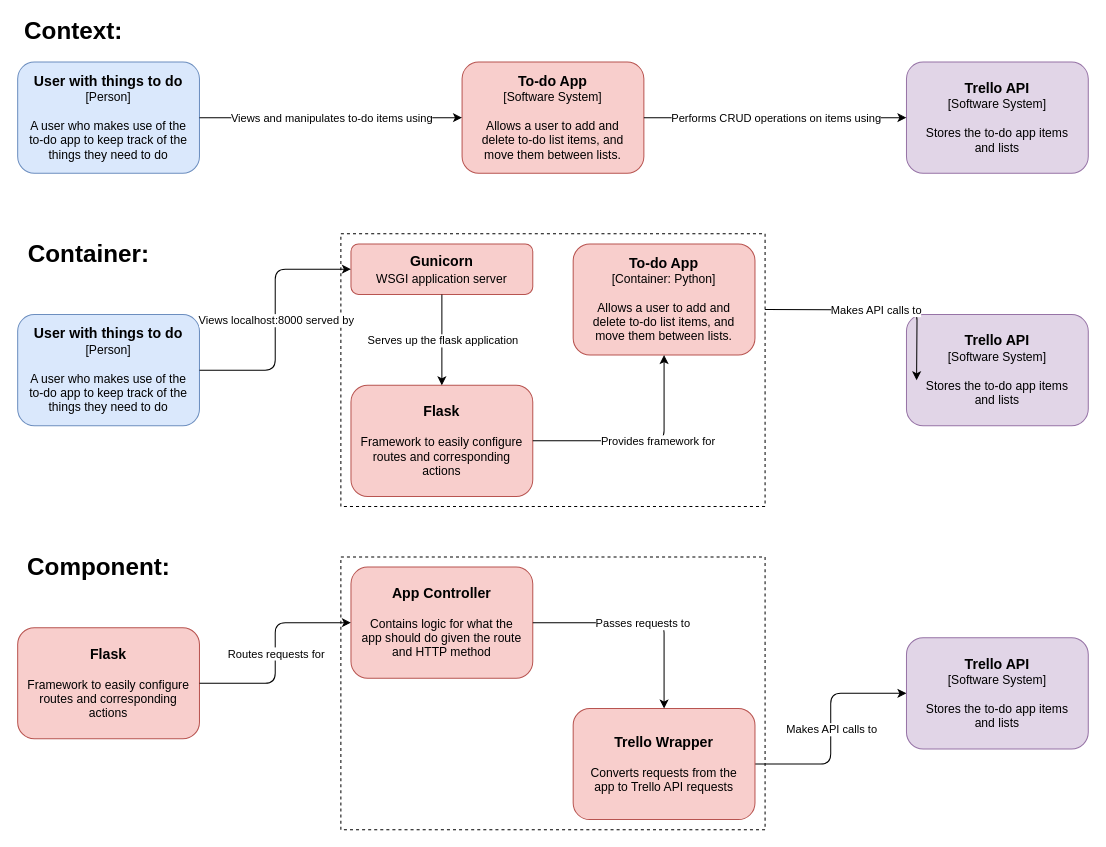
chengjoanna1729/DevOps-Course-Starter keeps this draw.io diagram as documentation/diagrams.drawio. Above is the earlier version. Source tidied: cells renumbered, new cells numbered last; positions are measured from the earlier drawing's top-left corner, leaving out a move shared by most shapes. Both pictures are drawn from the tidied source at 101%, with x=0, y=0 at pixel (17, 21).
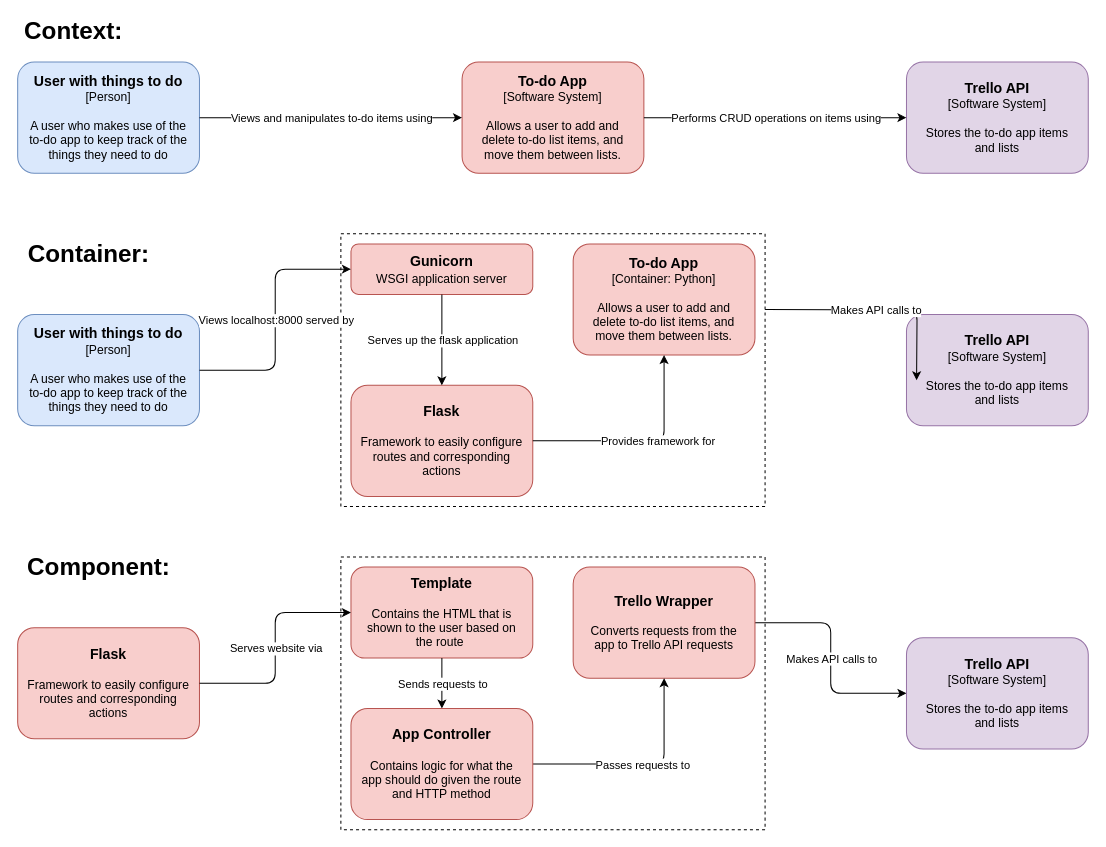
The same page after the edit.

Commit message (it also covers changes not shown here):
Exercise 6 markups

Unchanged cells that the change refers to:
```xml
<mxCell id="26" value="&lt;div style=&quot;font-size: 14px&quot;&gt;&lt;b&gt;Flask&lt;/b&gt;&lt;/div&gt;&lt;div&gt;&lt;br&gt;&lt;/div&gt;&lt;div&gt;Framework to easily configure routes and corresponding actions&lt;br&gt;&lt;/div&gt;" style="rounded=1;whiteSpace=wrap;html=1;fillColor=#f8cecc;strokeColor=#b85450;spacing=10;fontColor=#000000;" parent="1" vertex="1">
  <mxGeometry y="600" width="180" height="110" as="geometry" />
</mxCell>
```

Diff of the diagram source:
```diff
@@
-    <mxCell id="29" value="&lt;div style=&quot;font-size: 14px&quot;&gt;&lt;b&gt;App Controller&lt;/b&gt;&lt;/div&gt;&lt;div&gt;&lt;br&gt;&lt;/div&gt;&lt;div&gt;Contains logic for what the app should do given the route and HTTP method&lt;/div&gt;" style="rounded=1;whiteSpace=wrap;html=1;fillColor=#f8cecc;strokeColor=#b85450;spacing=10;fontColor=#000000;" parent="1" vertex="1">
-      <mxGeometry x="330" y="540" width="180" height="110" as="geometry" />
+    <mxCell id="29" value="&lt;div style=&quot;font-size: 14px&quot;&gt;&lt;b&gt;Template&lt;/b&gt;&lt;/div&gt;&lt;div&gt;&lt;br&gt;&lt;/div&gt;&lt;div&gt;Contains the HTML that is shown to the user based on the route&amp;nbsp;&lt;/div&gt;" style="rounded=1;whiteSpace=wrap;html=1;fillColor=#f8cecc;strokeColor=#b85450;spacing=10;fontColor=#000000;" parent="1" vertex="1">
+      <mxGeometry x="330" y="540" width="180" height="90" as="geometry" />
     </mxCell>
-    <mxCell id="30" style="endArrow=classic;html=1;exitX=1;exitY=0.5;exitDx=0;exitDy=0;verticalAlign=middle;edgeStyle=orthogonalEdgeStyle;entryX=0;entryY=0.5;entryDx=0;entryDy=0;" parent="1" edge="1" source="26" target="29">
+    <mxCell id="30" style="endArrow=classic;html=1;exitX=0.5;exitY=1;exitDx=0;exitDy=0;verticalAlign=middle;edgeStyle=orthogonalEdgeStyle;entryX=0.5;entryY=0;entryDx=0;entryDy=0;" parent="1" edge="1" source="29" target="37">
       <mxGeometry relative="1" as="geometry" />
     </mxCell>
-    <mxCell id="31" value="Routes requests for" style="edgeLabel;html=1;align=center;verticalAlign=middle;labelBackgroundColor=#FFFFFF;fontColor=#000000;" parent="30" vertex="1">
+    <mxCell id="31" value="Sends requests to" style="edgeLabel;html=1;align=center;verticalAlign=middle;labelBackgroundColor=#FFFFFF;fontColor=#000000;" parent="30" vertex="1">
       <mxGeometry relative="1" as="geometry" />
     </mxCell>
     <mxCell id="32" value="&lt;div style=&quot;font-size: 14px&quot;&gt;&lt;b&gt;Trello Wrapper&lt;/b&gt;&lt;/div&gt;&lt;div&gt;&lt;br&gt;&lt;/div&gt;&lt;div&gt;Converts requests from the app to Trello API requests&lt;/div&gt;" style="rounded=1;whiteSpace=wrap;html=1;fillColor=#f8cecc;strokeColor=#b85450;spacing=10;fontColor=#000000;" parent="1" vertex="1">
-      <mxGeometry x="550" y="680" width="180" height="110" as="geometry" />
+      <mxGeometry x="550" y="540" width="180" height="110" as="geometry" />
     </mxCell>
-    <mxCell id="33" style="endArrow=classic;html=1;exitX=1;exitY=0.5;exitDx=0;exitDy=0;verticalAlign=middle;edgeStyle=orthogonalEdgeStyle;entryX=0.5;entryY=0;entryDx=0;entryDy=0;" parent="1" edge="1" source="29" target="32">
+    <mxCell id="33" style="endArrow=classic;html=1;exitX=1;exitY=0.5;exitDx=0;exitDy=0;verticalAlign=middle;edgeStyle=orthogonalEdgeStyle;entryX=0.5;entryY=1;entryDx=0;entryDy=0;" parent="1" edge="1" source="37" target="32">
       <mxGeometry relative="1" as="geometry" />
     </mxCell>
@@
+    <mxCell id="37" value="&lt;div style=&quot;font-size: 14px&quot;&gt;&lt;b&gt;App Controller&lt;/b&gt;&lt;/div&gt;&lt;div&gt;&lt;br&gt;&lt;/div&gt;&lt;div&gt;Contains logic for what the app should do given the route and HTTP method&lt;/div&gt;" style="rounded=1;whiteSpace=wrap;html=1;fillColor=#f8cecc;strokeColor=#b85450;spacing=10;fontColor=#000000;" parent="1" vertex="1">
+      <mxGeometry x="330" y="680" width="180" height="110" as="geometry" />
+    </mxCell>
+    <mxCell id="38" style="endArrow=classic;html=1;exitX=1;exitY=0.5;exitDx=0;exitDy=0;verticalAlign=middle;edgeStyle=orthogonalEdgeStyle;entryX=0;entryY=0.5;entryDx=0;entryDy=0;" parent="1" edge="1" source="26" target="29">
+      <mxGeometry relative="1" as="geometry" />
+    </mxCell>
+    <mxCell id="39" value="Serves website via" style="edgeLabel;html=1;align=center;verticalAlign=middle;labelBackgroundColor=#FFFFFF;fontColor=#000000;" parent="38" vertex="1">
+      <mxGeometry relative="1" as="geometry" />
+    </mxCell>
```
